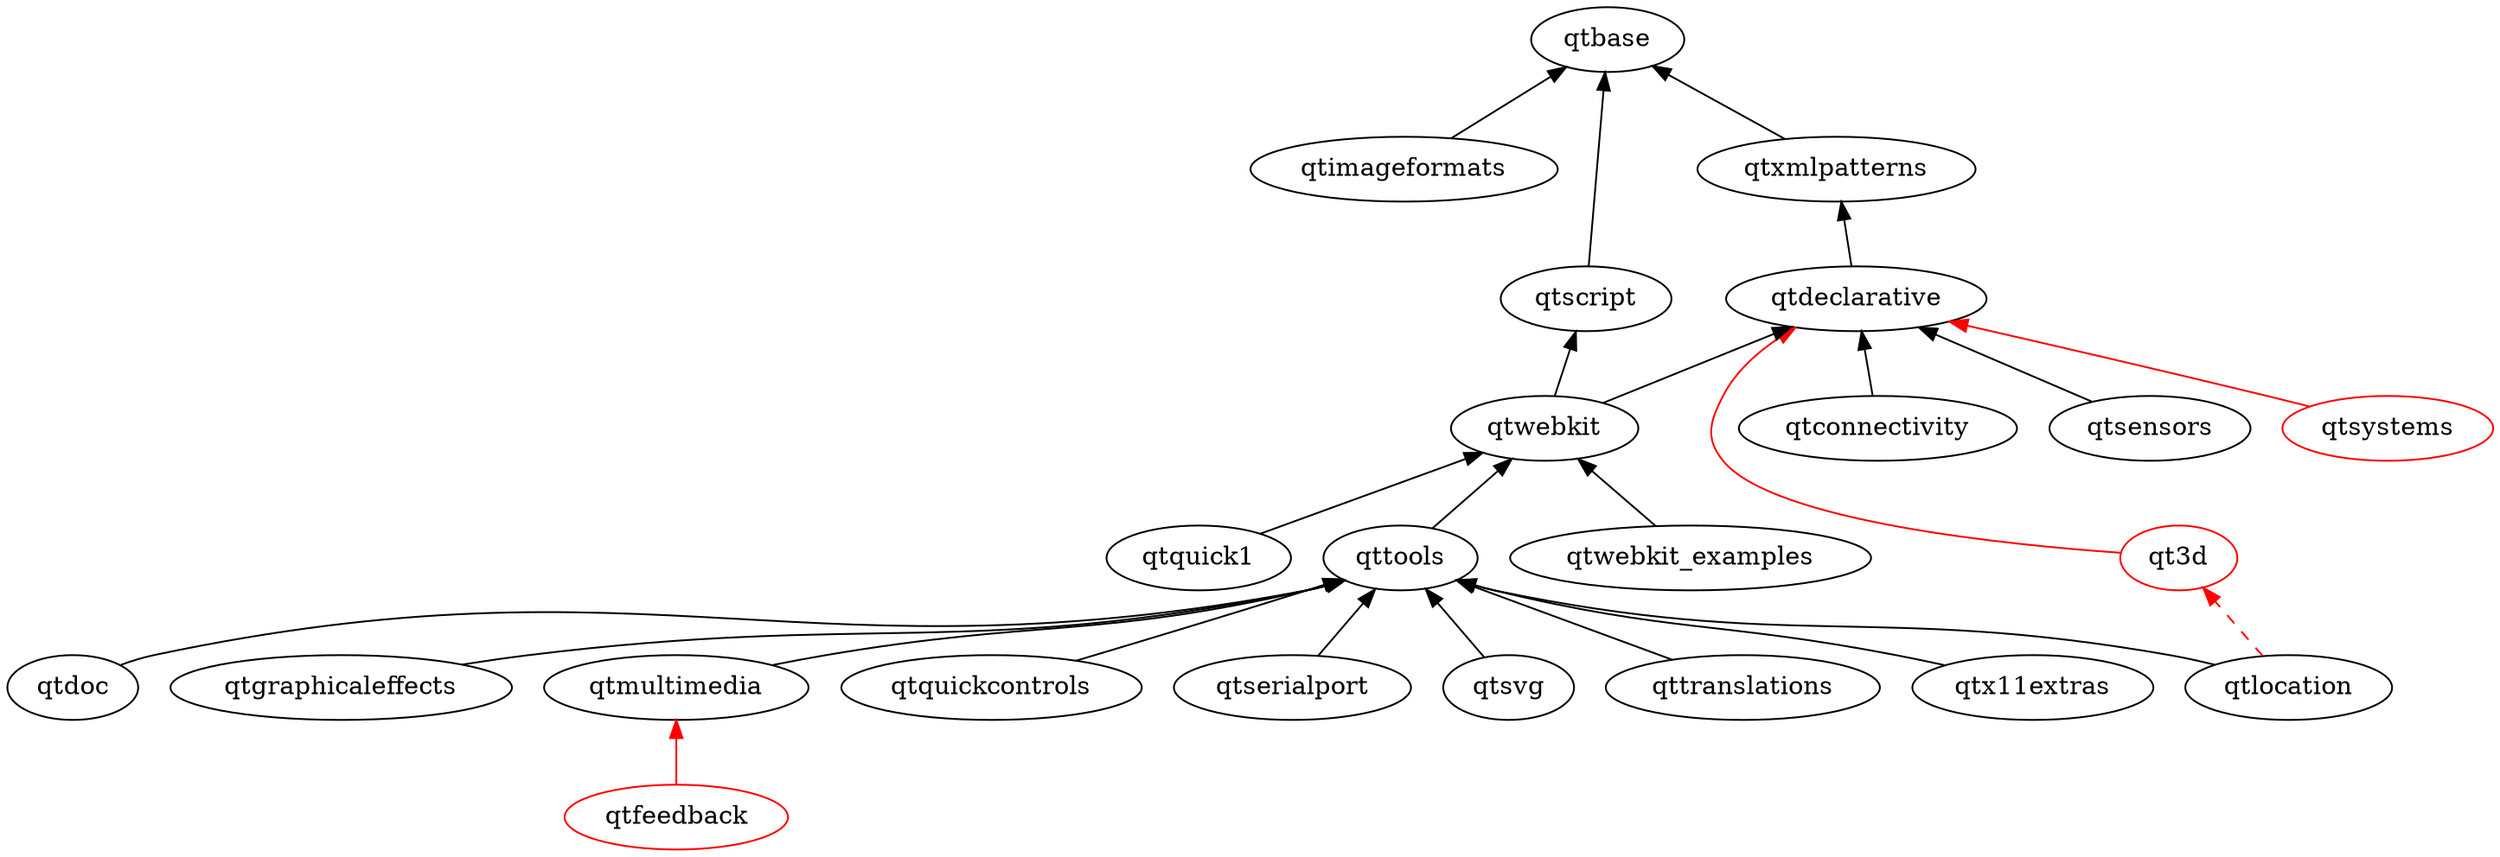
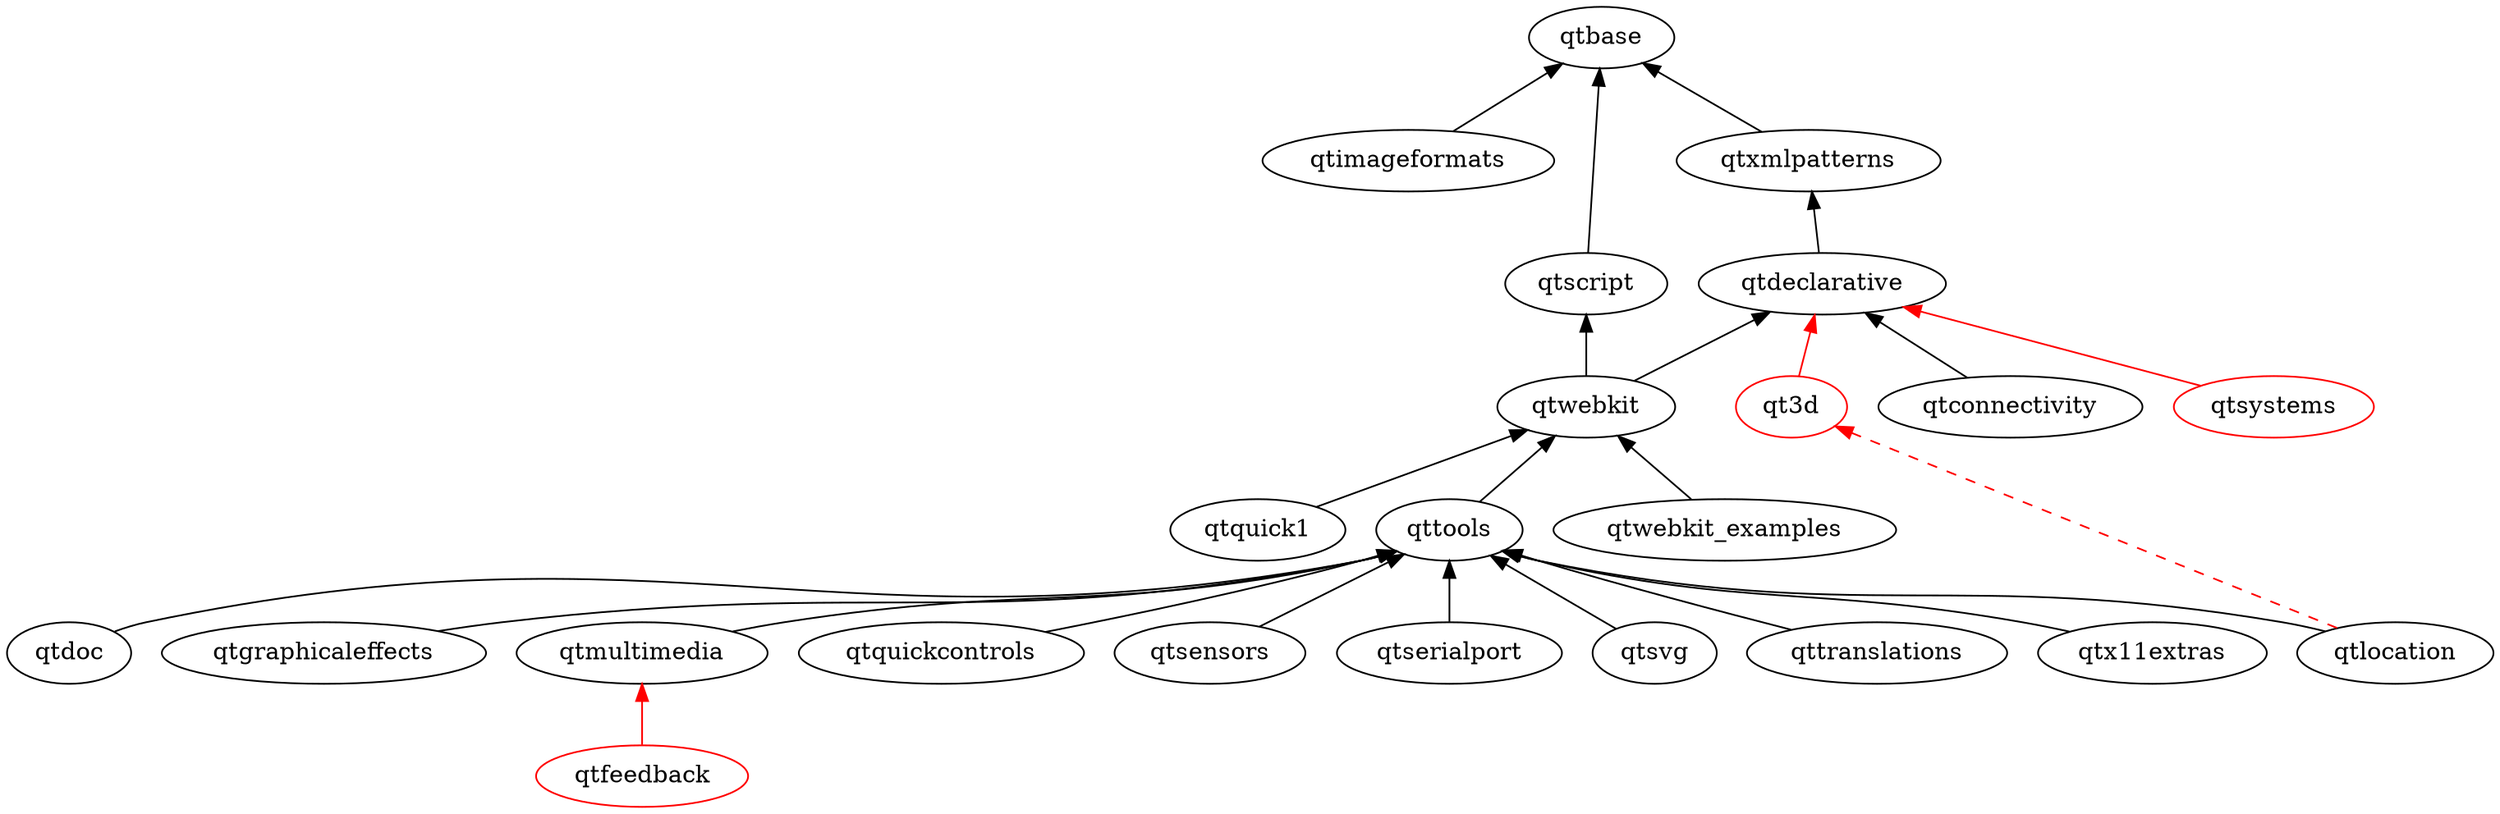
digraph qt5 {
  graph [
    rankdir = "BT"
  ]

  qt3d [ color = red ]
  qtbase
  qtconnectivity
  qtdeclarative
  qtdoc
  qtfeedback [ color = red ]
  qtgraphicaleffects
  qtimageformats
  qtlocation
  qtmultimedia
  qtquick1
  qtquickcontrols
  qtscript
  qtsensors
  qtserialport
  qtsvg
  qtsystems [ color = red ]
  qttools
  qttranslations
  qtwebkit
  qtwebkit_examples
  qtx11extras
  qtxmlpatterns

  qtconnectivity -> qtdeclarative
  qtdeclarative -> qtxmlpatterns
  qtdoc -> qttools
  qtgraphicaleffects -> qttools
  qtimageformats -> qtbase
  qtmultimedia -> qttools
  qtquick1 -> qtwebkit
  qtquickcontrols -> qttools
-   qtsensors -> qtdeclarative
+   qtsensors -> qttools
  qtserialport -> qttools
  qtscript -> qtbase
  qtsvg -> qttools
  qttools -> qtwebkit
  qttranslations -> qttools
  qtwebkit -> qtscript
  qtwebkit -> qtdeclarative
  qtwebkit_examples -> qtwebkit
  qtx11extras -> qttools
  qtxmlpatterns -> qtbase
  qtlocation -> qttools

  // unsure/not-uploaded
  qt3d -> qtdeclarative [ color = red ]
  qtfeedback -> qtmultimedia [ color = red ]
  qtlocation -> qt3d [color = red style = dashed]
  qtsystems -> qtdeclarative [ color = red ]
}
